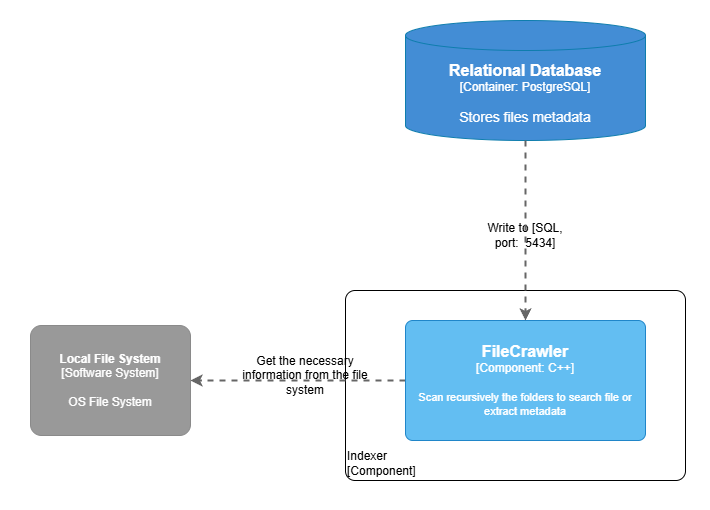
Above: architecture_assets/images/C4 Indexer Component.drawio.png in roland7734/FileSearchEngineSystem (draw.io), before the change. Source tidied: cells renumbered, new cells last; positions are measured from the earlier drawing's top-left corner, leaving out a move shared by most shapes. The source it was exported from:
```xml
<mxGraphModel>
  <root>
    <mxCell id="0" />
    <mxCell id="1" parent="0" />
    <mxCell id="2" style="rounded=0;whiteSpace=wrap;html=1;strokeColor=none;" parent="1" vertex="1">
      <mxGeometry width="710" height="510" as="geometry" />
    </mxCell>
    <object id="3" label="&lt;div style=&quot;text-align: left&quot;&gt;%c4Name%&lt;/div&gt;&lt;div style=&quot;text-align: left&quot;&gt;[%c4Application%]&lt;/div&gt;" c4Application="Component" c4Name="Indexer" c4Type="ExecutionEnvironment" placeholders="1">
      <mxCell style="rounded=1;whiteSpace=wrap;html=1;labelBackgroundColor=none;fillColor=#ffffff;fontColor=#000000;align=left;arcSize=5;strokeColor=#000000;verticalAlign=bottom;metaData={&quot;c4Type&quot;:{&quot;editable&quot;:false}};" parent="1" vertex="1">
        <mxGeometry x="345" y="290" width="340" height="190" as="geometry" />
      </mxCell>
    </object>
    <mxCell id="4" style="rounded=0;jettySize=auto;html=1;dashed=1;strokeWidth=2;fillColor=#f5f5f5;strokeColor=#666666;exitX=0;exitY=0.5;exitDx=0;exitDy=0;exitPerimeter=0;entryX=1;entryY=0.5;entryDx=0;entryDy=0;entryPerimeter=0;" parent="1" edge="1" source="6" target="5">
      <mxGeometry relative="1" as="geometry" />
    </mxCell>
    <object id="5" label="&lt;b&gt;%c4Name%&lt;/b&gt;&lt;div&gt;[%c4Type%]&lt;/div&gt;&lt;br&gt;&lt;div&gt;%c4Description%&lt;/div&gt;" c4Description="OS File System" c4Name="Local File System" c4Type="Software System" placeholders="1">
      <mxCell style="rounded=1;whiteSpace=wrap;html=1;labelBackgroundColor=none;fillColor=#999999;fontColor=#ffffff;align=center;arcSize=10;strokeColor=#8A8A8A;metaData={&quot;c4Type&quot;:{&quot;editable&quot;:false}};points=[[0.25,0,0],[0.5,0,0],[0.75,0,0],[1,0.25,0],[1,0.5,0],[1,0.75,0],[0.75,1,0],[0.5,1,0],[0.25,1,0],[0,0.75,0],[0,0.5,0],[0,0.25,0]];" parent="1" vertex="1">
        <mxGeometry x="30" y="325" width="160" height="110" as="geometry" />
      </mxCell>
    </object>
    <object id="6" label="&lt;font style=&quot;font-size: 16px&quot;&gt;&lt;b&gt;%c4Name%&lt;/b&gt;&lt;/font&gt;&lt;div&gt;[%c4Type%: %c4Technology%]&lt;/div&gt;&lt;br&gt;&lt;div&gt;&lt;font style=&quot;font-size: 11px&quot;&gt;%c4Description%&lt;/font&gt;&lt;/div&gt;" c4Description="Scan recursively the folders to search file or extract metadata" c4Name="FileCrawler" c4Technology="C++" c4Type="Component" placeholders="1">
      <mxCell style="rounded=1;whiteSpace=wrap;html=1;labelBackgroundColor=none;fillColor=#63BEF2;fontColor=#ffffff;align=center;arcSize=6;strokeColor=#2086C9;points=[[0.25,0,0],[0.5,0,0],[0.75,0,0],[1,0.25,0],[1,0.5,0],[1,0.75,0],[0.75,1,0],[0.5,1,0],[0.25,1,0],[0,0.75,0],[0,0.5,0],[0,0.25,0]];" parent="1" vertex="1">
        <mxGeometry x="405" y="320" width="240" height="120" as="geometry" />
      </mxCell>
    </object>
    <mxCell id="7" value="Get the necessary information from the file system" style="text;html=1;align=center;verticalAlign=middle;whiteSpace=wrap;rounded=0;" parent="1" vertex="1">
      <mxGeometry x="230" y="340" width="150" height="70" as="geometry" />
    </mxCell>
    <object id="8" label="&lt;font style=&quot;font-size: 16px&quot;&gt;&lt;b&gt;%c4Name%&lt;/b&gt;&lt;/font&gt;&lt;div&gt;[%c4Type%:&amp;nbsp;%c4Technology%]&lt;/div&gt;&lt;br&gt;&lt;div&gt;&lt;font style=&quot;font-size: 14px&quot;&gt;%c4Description%&lt;/font&gt;&lt;/div&gt;" c4Description="Stores files metadata" c4Name="Relational Database" c4Technology="PostgreSQL" c4Type="Container" placeholders="1">
      <mxCell style="shape=cylinder3;size=15;whiteSpace=wrap;html=1;boundedLbl=1;rounded=0;labelBackgroundColor=none;fillColor=#438DD5;fontSize=12;fontColor=#ffffff;align=center;strokeColor=#0E7DAD;points=[[0.5,0,0],[1,0.25,0],[1,0.5,0],[1,0.75,0],[0.5,1,0],[0,0.75,0],[0,0.5,0],[0,0.25,0]];" parent="1" vertex="1">
        <mxGeometry x="405" y="20" width="240" height="120" as="geometry" />
      </mxCell>
    </object>
    <mxCell id="9" value="Write to [SQL, port:&amp;nbsp; 5434]" style="text;html=1;align=center;verticalAlign=middle;whiteSpace=wrap;rounded=0;" parent="1" vertex="1">
      <mxGeometry x="480" y="220" width="90" height="30" as="geometry" />
    </mxCell>
    <mxCell id="10" style="rounded=0;jettySize=auto;html=1;dashed=1;strokeWidth=2;fillColor=#f5f5f5;strokeColor=#666666;exitX=0.5;exitY=1;exitDx=0;exitDy=0;exitPerimeter=0;entryX=0.5;entryY=0;entryDx=0;entryDy=0;entryPerimeter=0;" parent="1" edge="1" source="8" target="6">
      <mxGeometry relative="1" as="geometry" />
    </mxCell>
  </root>
</mxGraphModel>
```
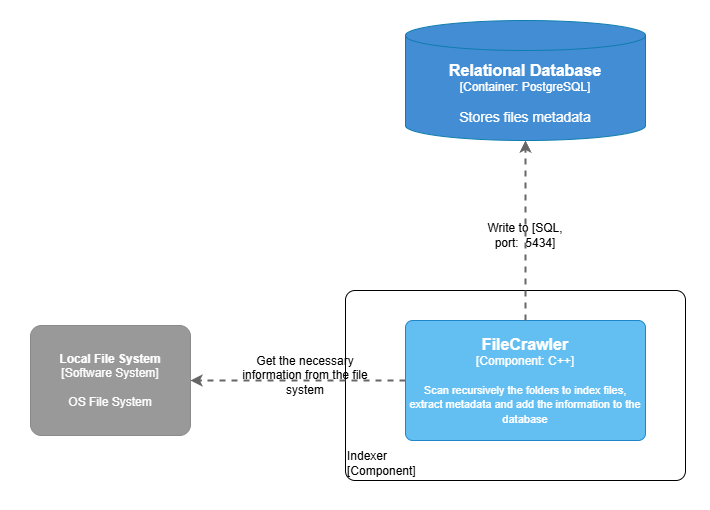
Later version of the same file.

Commit message:
docs: modify the C4 Indexer Component and C4 Container Diagram

- Updated the connection between the components to better illustrate the flow and interactions.

- Enhanced the clarity of relationships to reflect more accurate system behavior.

What changed in the source:
```diff
@@ -18,7 +18,7 @@
         <mxGeometry x="30" y="325" width="160" height="110" as="geometry" />
       </mxCell>
     </object>
-    <object id="6" label="&lt;font style=&quot;font-size: 16px&quot;&gt;&lt;b&gt;%c4Name%&lt;/b&gt;&lt;/font&gt;&lt;div&gt;[%c4Type%: %c4Technology%]&lt;/div&gt;&lt;br&gt;&lt;div&gt;&lt;font style=&quot;font-size: 11px&quot;&gt;%c4Description%&lt;/font&gt;&lt;/div&gt;" c4Description="Scan recursively the folders to search file or extract metadata" c4Name="FileCrawler" c4Technology="C++" c4Type="Component" placeholders="1">
+    <object id="6" label="&lt;font style=&quot;font-size: 16px&quot;&gt;&lt;b&gt;%c4Name%&lt;/b&gt;&lt;/font&gt;&lt;div&gt;[%c4Type%: %c4Technology%]&lt;/div&gt;&lt;br&gt;&lt;div&gt;&lt;font style=&quot;font-size: 11px&quot;&gt;%c4Description%&lt;/font&gt;&lt;/div&gt;" c4Description="Scan recursively the folders to index files, extract metadata and add the information to the database" c4Name="FileCrawler" c4Technology="C++" c4Type="Component" placeholders="1">
       <mxCell style="rounded=1;whiteSpace=wrap;html=1;labelBackgroundColor=none;fillColor=#63BEF2;fontColor=#ffffff;align=center;arcSize=6;strokeColor=#2086C9;points=[[0.25,0,0],[0.5,0,0],[0.75,0,0],[1,0.25,0],[1,0.5,0],[1,0.75,0],[0.75,1,0],[0.5,1,0],[0.25,1,0],[0,0.75,0],[0,0.5,0],[0,0.25,0]];" parent="1" vertex="1">
         <mxGeometry x="405" y="320" width="240" height="120" as="geometry" />
       </mxCell>
@@ -34,7 +34,7 @@
     <mxCell id="9" value="Write to [SQL, port:&amp;nbsp; 5434]" style="text;html=1;align=center;verticalAlign=middle;whiteSpace=wrap;rounded=0;" parent="1" vertex="1">
       <mxGeometry x="480" y="220" width="90" height="30" as="geometry" />
     </mxCell>
-    <mxCell id="10" style="rounded=0;jettySize=auto;html=1;dashed=1;strokeWidth=2;fillColor=#f5f5f5;strokeColor=#666666;exitX=0.5;exitY=1;exitDx=0;exitDy=0;exitPerimeter=0;entryX=0.5;entryY=0;entryDx=0;entryDy=0;entryPerimeter=0;" parent="1" edge="1" source="8" target="6">
+    <mxCell id="10" style="rounded=0;jettySize=auto;html=1;dashed=1;strokeWidth=2;fillColor=#f5f5f5;strokeColor=#666666;exitX=0.5;exitY=0;exitDx=0;exitDy=0;exitPerimeter=0;entryX=0.5;entryY=1;entryDx=0;entryDy=0;entryPerimeter=0;" parent="1" edge="1" source="6" target="8">
       <mxGeometry relative="1" as="geometry" />
     </mxCell>
   </root>
```
